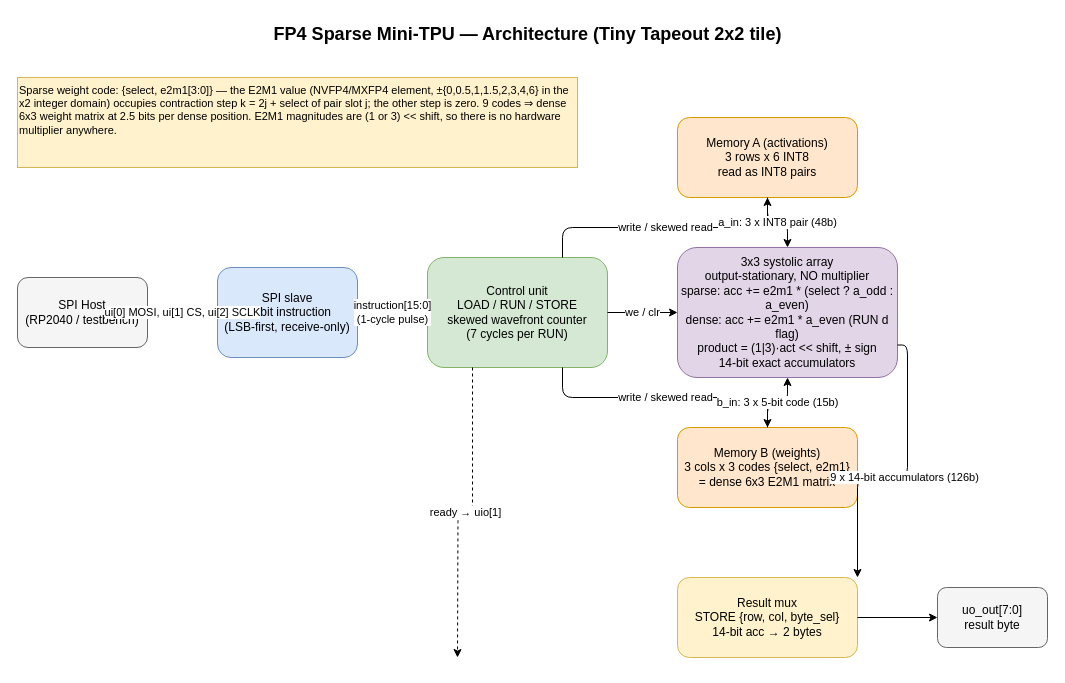
Earlier version of the draw.io diagram docs/Architecture.drawio (kashif/kashif-fp4-sparse-tpu). Source tidied: cells renumbered, new cells numbered last; positions are measured from the earlier drawing's top-left corner, leaving out a move shared by most shapes. Both pictures are drawn from the tidied source at 100%, with x=0, y=0 at pixel (17, 17).
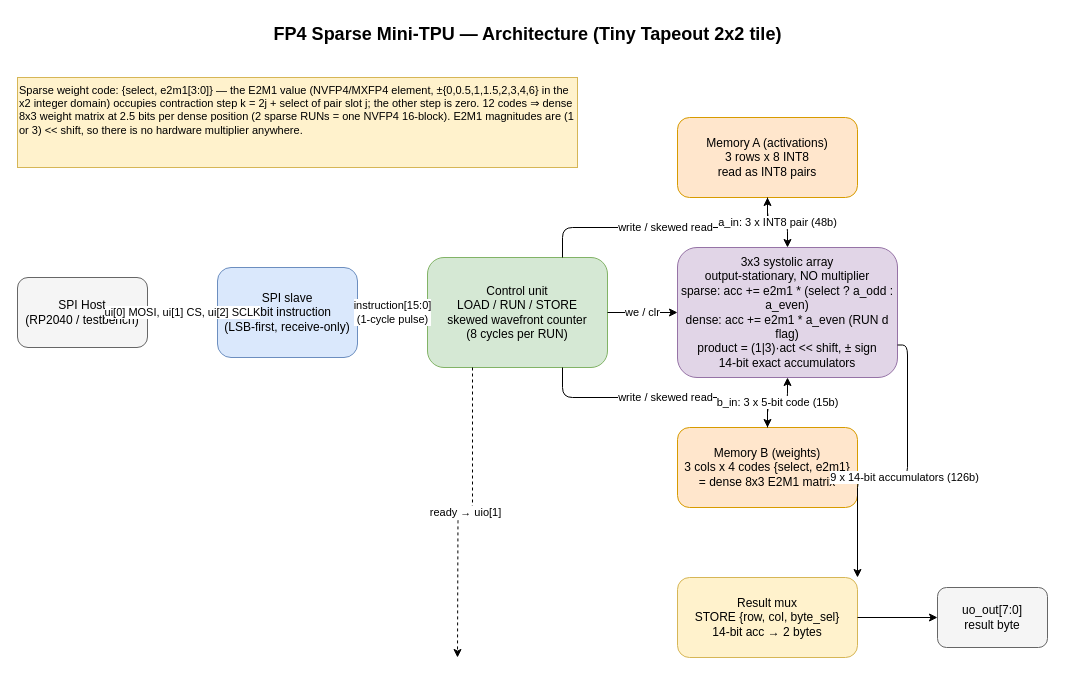
The same diagram, later.

Commit message (it also covers changes not shown here):
deepen to k=8, aligns nvfp4 16-blocks

Diff of the diagram source:
```diff
@@
-    <mxCell id="5" value="Control unit&#10;LOAD / RUN / STORE&#10;skewed wavefront counter&#10;(7 cycles per RUN)" style="rounded=1;whiteSpace=wrap;html=1;fillColor=#d5e8d4;strokeColor=#82b366;" parent="1" vertex="1">
+    <mxCell id="5" value="Control unit&#10;LOAD / RUN / STORE&#10;skewed wavefront counter&#10;(8 cycles per RUN)" style="rounded=1;whiteSpace=wrap;html=1;fillColor=#d5e8d4;strokeColor=#82b366;" parent="1" vertex="1">
       <mxGeometry x="410" y="240" width="180" height="110" as="geometry" />
     </mxCell>
-    <mxCell id="6" value="Memory A (activations)&#10;3 rows x 6 INT8&#10;read as INT8 pairs" style="rounded=1;whiteSpace=wrap;html=1;fillColor=#ffe6cc;strokeColor=#d79b00;" parent="1" vertex="1">
+    <mxCell id="6" value="Memory A (activations)&#10;3 rows x 8 INT8&#10;read as INT8 pairs" style="rounded=1;whiteSpace=wrap;html=1;fillColor=#ffe6cc;strokeColor=#d79b00;" parent="1" vertex="1">
       <mxGeometry x="660" y="100" width="180" height="80" as="geometry" />
     </mxCell>
-    <mxCell id="7" value="Memory B (weights)&#10;3 cols x 3 codes {select, e2m1}&#10;= dense 6x3 E2M1 matrix" style="rounded=1;whiteSpace=wrap;html=1;fillColor=#ffe6cc;strokeColor=#d79b00;" parent="1" vertex="1">
+    <mxCell id="7" value="Memory B (weights)&#10;3 cols x 4 codes {select, e2m1}&#10;= dense 8x3 E2M1 matrix" style="rounded=1;whiteSpace=wrap;html=1;fillColor=#ffe6cc;strokeColor=#d79b00;" parent="1" vertex="1">
       <mxGeometry x="660" y="410" width="180" height="80" as="geometry" />
     </mxCell>
@@
-    <mxCell id="21" value="Sparse weight code: {select, e2m1[3:0]} — the E2M1 value (NVFP4/MXFP4 element, ±{0,0.5,1,1.5,2,3,4,6} in the x2 integer domain) occupies contraction step k = 2j + select of pair slot j; the other step is zero. 9 codes ⇒ dense 6x3 weight matrix at 2.5 bits per dense position. E2M1 magnitudes are (1 or 3) &lt;&lt; shift, so there is no hardware multiplier anywhere." style="text;html=1;whiteSpace=wrap;fontSize=11;fillColor=#fff2cc;strokeColor=#d6b656;" parent="1" vertex="1">
+    <mxCell id="21" value="Sparse weight code: {select, e2m1[3:0]} — the E2M1 value (NVFP4/MXFP4 element, ±{0,0.5,1,1.5,2,3,4,6} in the x2 integer domain) occupies contraction step k = 2j + select of pair slot j; the other step is zero. 12 codes ⇒ dense 8x3 weight matrix at 2.5 bits per dense position (2 sparse RUNs = one NVFP4 16-block). E2M1 magnitudes are (1 or 3) &lt;&lt; shift, so there is no hardware multiplier anywhere." style="text;html=1;whiteSpace=wrap;fontSize=11;fillColor=#fff2cc;strokeColor=#d6b656;" parent="1" vertex="1">
       <mxGeometry y="60" width="560" height="90" as="geometry" />
     </mxCell>
```
